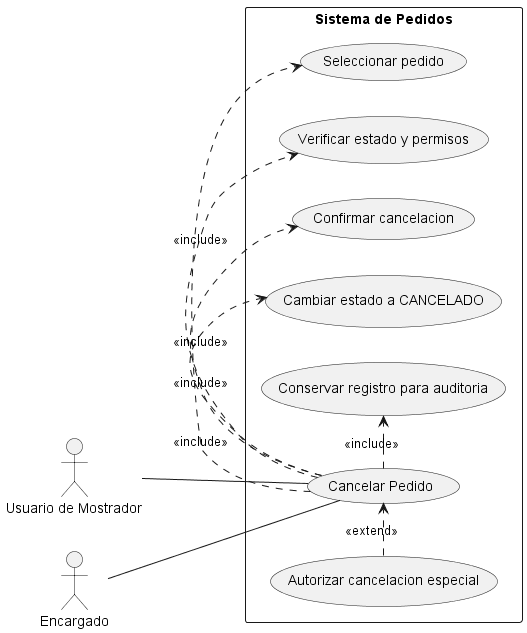
The PlantUML diagram diagramas/02-casos-de-uso/CU03_Cancelar_Pedido.png in eloeyhe/SistemaPedidos, before a commit.
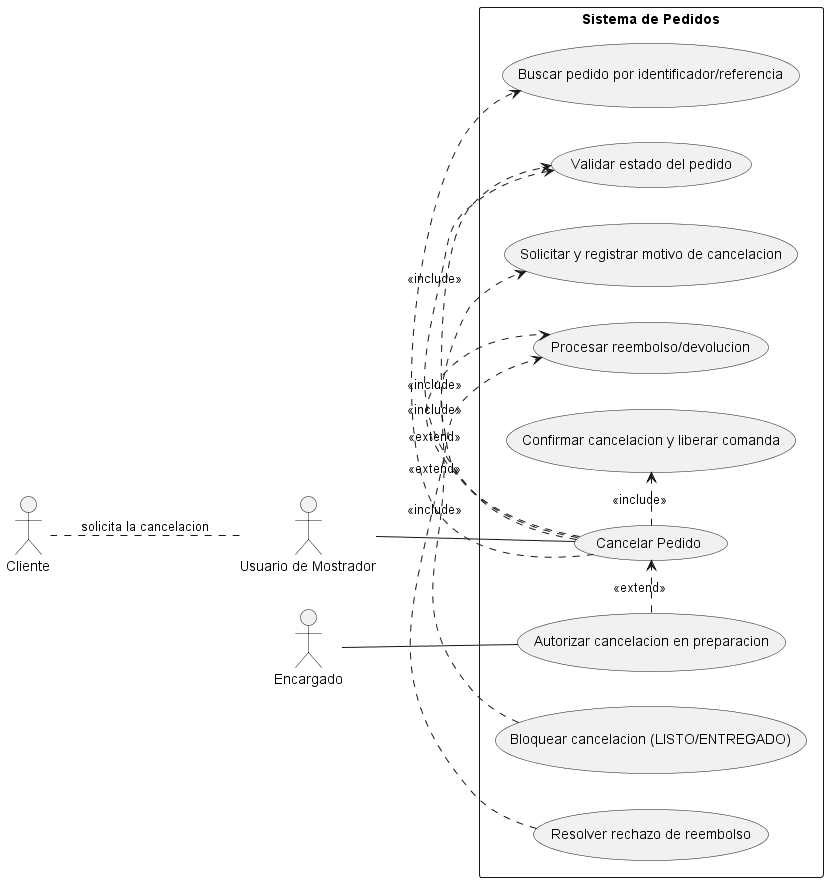
The same diagram one commit later.

Diff of the diagram source:
```diff
@@ -1,26 +1,33 @@
 @startuml CU03_Cancelar_Pedido
 left to right direction
-
+actor Cliente
 actor "Usuario de Mostrador" as Mostrador
 actor Encargado
 
+Cliente .. Mostrador : solicita la cancelacion
+
 rectangle "Sistema de Pedidos" {
-    usecase "Cancelar Pedido" as Cancelar
-    usecase "Seleccionar pedido" as Seleccionar
-    usecase "Verificar estado y permisos" as Verificar
-    usecase "Confirmar cancelacion" as Confirmar
-    usecase "Cambiar estado a CANCELADO" as Cambiar
-    usecase "Conservar registro para auditoria" as Auditar
-    usecase "Autorizar cancelacion especial" as Autorizar
+	usecase "Cancelar Pedido" as Cancelar
+	usecase "Buscar pedido por identificador/referencia" as Buscar
+	usecase "Validar estado del pedido" as ValidarEstado
+	usecase "Solicitar y registrar motivo de cancelacion" as RegistrarMotivo
+	usecase "Procesar reembolso/devolucion" as Reembolsar
+	usecase "Confirmar cancelacion y liberar comanda" as Confirmar
+	usecase "Autorizar cancelacion en preparacion" as Autorizar
+	usecase "Bloquear cancelacion (LISTO/ENTREGADO)" as Bloquear
+	usecase "Resolver rechazo de reembolso" as RechazoReembolso
 }
 
 Mostrador -- Cancelar
-Encargado -- Cancelar
+Encargado -- Autorizar
 
-Cancelar .> Seleccionar : <<include>>
-Cancelar .> Verificar : <<include>>
+Cancelar .> Buscar : <<include>>
+Cancelar .> ValidarEstado : <<include>>
+Cancelar .> RegistrarMotivo : <<include>>
+Cancelar .> Reembolsar : <<include>>
 Cancelar .> Confirmar : <<include>>
-Cancelar .> Cambiar : <<include>>
-Cancelar .> Auditar : <<include>>
+
 Autorizar .> Cancelar : <<extend>>
+Bloquear .> ValidarEstado : <<extend>>
+RechazoReembolso .> Reembolsar : <<extend>>
 @enduml
```
